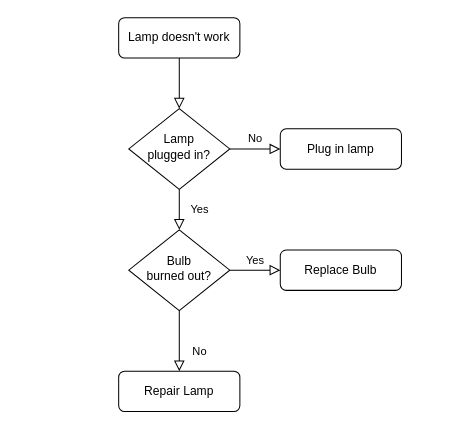
Earlier version of the draw.io diagram Untitled Diagram.drawio (770292311/gittest). Source tidied: cells renumbered, new cells numbered last; positions are measured from the earlier drawing's top-left corner, leaving out a move shared by most shapes. Both pictures are drawn from the tidied source at 101%, with x=0, y=0 at pixel (118, 17).
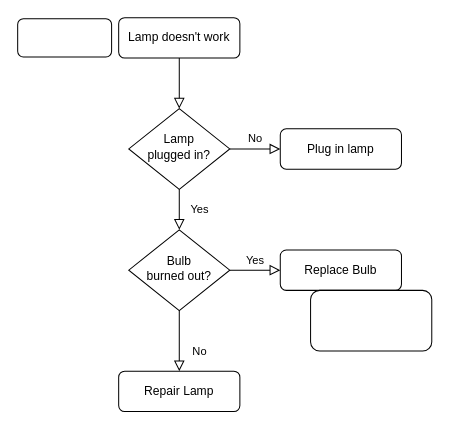
The same page after the edit.

What changed in the source:
```diff
@@
 <mxGraphModel>
   <root>
     <mxCell id="0" />
     <mxCell id="1" parent="0" />
     <mxCell id="2" style="rounded=0;html=1;jettySize=auto;fontSize=11;endArrow=block;endFill=0;endSize=8;strokeWidth=1;shadow=0;labelBackgroundColor=none;edgeStyle=orthogonalEdgeStyle;" parent="1" edge="1" source="3" target="6">
       <mxGeometry relative="1" as="geometry" />
     </mxCell>
     <mxCell id="3" value="Lamp doesn't work" style="rounded=1;whiteSpace=wrap;html=1;fontSize=12;glass=0;strokeWidth=1;shadow=0;" parent="1" vertex="1">
       <mxGeometry width="120" height="40" as="geometry" />
     </mxCell>
     <mxCell id="4" value="Yes" style="rounded=0;html=1;jettySize=auto;fontSize=11;endArrow=block;endFill=0;endSize=8;strokeWidth=1;shadow=0;labelBackgroundColor=none;edgeStyle=orthogonalEdgeStyle;" parent="1" edge="1" source="6" target="10">
       <mxGeometry y="20" relative="1" as="geometry" />
     </mxCell>
     <mxCell id="5" value="No" style="edgeStyle=orthogonalEdgeStyle;rounded=0;html=1;jettySize=auto;fontSize=11;endArrow=block;endFill=0;endSize=8;strokeWidth=1;shadow=0;labelBackgroundColor=none;" parent="1" edge="1" source="6" target="7">
       <mxGeometry y="10" relative="1" as="geometry" />
     </mxCell>
     <mxCell id="6" value="Lamp&lt;br&gt;plugged in?" style="rhombus;whiteSpace=wrap;html=1;shadow=0;fontFamily=Helvetica;fontSize=12;align=center;strokeWidth=1;spacing=6;spacingTop=-4;" parent="1" vertex="1">
       <mxGeometry x="10" y="90" width="100" height="80" as="geometry" />
     </mxCell>
     <mxCell id="7" value="Plug in lamp" style="rounded=1;whiteSpace=wrap;html=1;fontSize=12;glass=0;strokeWidth=1;shadow=0;" parent="1" vertex="1">
       <mxGeometry x="160" y="110" width="120" height="40" as="geometry" />
     </mxCell>
     <mxCell id="8" value="No" style="rounded=0;html=1;jettySize=auto;fontSize=11;endArrow=block;endFill=0;endSize=8;strokeWidth=1;shadow=0;labelBackgroundColor=none;edgeStyle=orthogonalEdgeStyle;" parent="1" edge="1" source="10" target="11">
       <mxGeometry x="0.33" y="20" relative="1" as="geometry" />
     </mxCell>
     <mxCell id="9" value="Yes" style="edgeStyle=orthogonalEdgeStyle;rounded=0;html=1;jettySize=auto;fontSize=11;endArrow=block;endFill=0;endSize=8;strokeWidth=1;shadow=0;labelBackgroundColor=none;" parent="1" edge="1" source="10" target="12">
       <mxGeometry y="10" relative="1" as="geometry" />
     </mxCell>
     <mxCell id="10" value="Bulb&lt;br&gt;burned out?" style="rhombus;whiteSpace=wrap;html=1;shadow=0;fontFamily=Helvetica;fontSize=12;align=center;strokeWidth=1;spacing=6;spacingTop=-4;" parent="1" vertex="1">
       <mxGeometry x="10" y="210" width="100" height="80" as="geometry" />
     </mxCell>
     <mxCell id="11" value="Repair Lamp" style="rounded=1;whiteSpace=wrap;html=1;fontSize=12;glass=0;strokeWidth=1;shadow=0;" parent="1" vertex="1">
       <mxGeometry y="350" width="120" height="40" as="geometry" />
     </mxCell>
     <mxCell id="12" value="Replace Bulb" style="rounded=1;whiteSpace=wrap;html=1;fontSize=12;glass=0;strokeWidth=1;shadow=0;" parent="1" vertex="1">
       <mxGeometry x="160" y="230" width="120" height="40" as="geometry" />
     </mxCell>
+    <mxCell id="13" style="rounded=1;whiteSpace=wrap;html=1;" parent="1" vertex="1">
+      <mxGeometry x="190" y="270" width="120" height="60" as="geometry" />
+    </mxCell>
+    <mxCell id="14" style="rounded=1;whiteSpace=wrap;html=1;" parent="1" vertex="1">
+      <mxGeometry x="-100" y="1" width="93" height="38" as="geometry" />
+    </mxCell>
   </root>
 </mxGraphModel>
```
